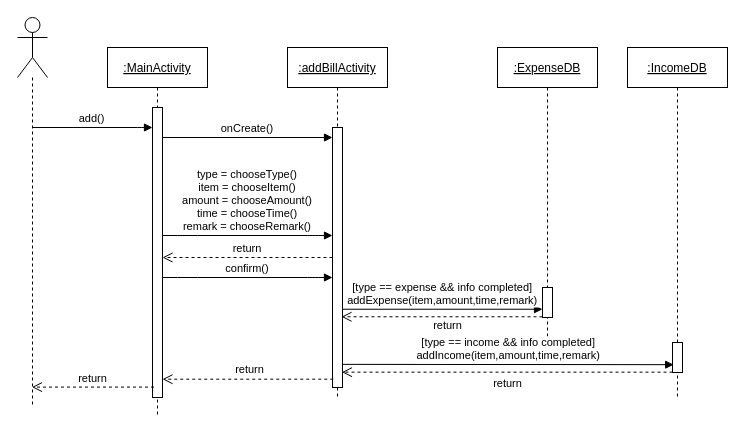
This is page "新建账单" (1 of 3) of addBill.drawio from Hengjiu99/UML, a draw.io file, before an edit. Source tidied: cells renumbered, new cells numbered last; positions are measured from the earlier drawing's top-left corner, leaving out a move shared by most shapes. Both pictures are drawn from the tidied source at 100%, with x=0, y=0 at pixel (17, 17).
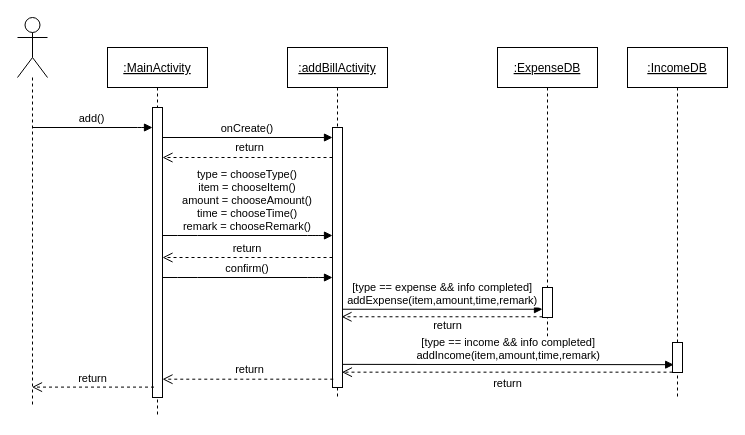
The same diagram, later.

Unchanged cells that the change refers to:
```xml
<mxCell id="3" style="points=[];perimeter=orthogonalPerimeter;rounded=0;shadow=0;strokeWidth=1;" parent="2" vertex="1">
  <mxGeometry x="45" y="60" width="10" height="290" as="geometry" />
</mxCell>
<mxCell id="6" style="points=[];perimeter=orthogonalPerimeter;rounded=0;shadow=0;strokeWidth=1;" parent="5" vertex="1">
  <mxGeometry x="45" y="80" width="10" height="260" as="geometry" />
</mxCell>
```

What changed in the source:
```diff
@@
+    <mxCell id="22" value="return" style="html=1;verticalAlign=bottom;endArrow=open;dashed=1;endSize=8;rounded=0;" parent="1" edge="1" source="6" target="3">
+      <mxGeometry x="-0.02" y="-1" relative="1" as="geometry">
+        <Array as="points">
+          <mxPoint x="200" y="140" />
+        </Array>
+      </mxGeometry>
+    </mxCell>
```
